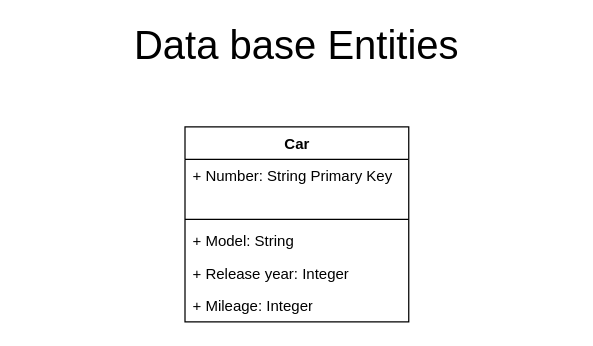
The draw.io diagram page "DB" (1 of 3) of diagramms/Architecture.drawio in nuzhnov1/TestTask, before the edit. Source tidied: cells renumbered, new cells numbered last; positions are measured from the earlier drawing's top-left corner, leaving out a move shared by most shapes. Both pictures are drawn from the tidied source at 125%, with x=0, y=0 at pixel (21, 26).
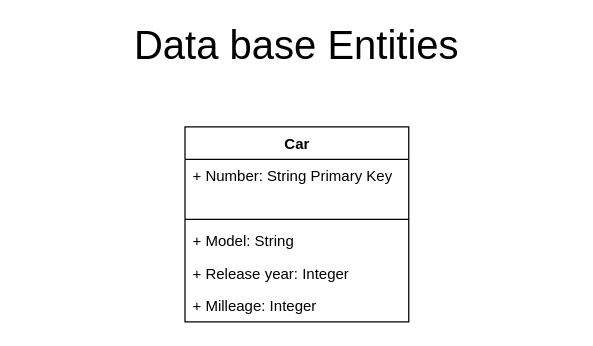
After the change.

Change to the diagram source:
```diff
@@
 <mxGraphModel>
   <root>
     <mxCell id="0" />
     <mxCell id="1" parent="0" />
     <mxCell id="2" value="Car" style="swimlane;fontStyle=1;align=center;verticalAlign=top;horizontal=1;startSize=26;whiteSpace=wrap;html=1;" parent="1" vertex="1">
       <mxGeometry x="130.5" y="80" width="179" height="156" as="geometry" />
     </mxCell>
     <mxCell id="3" value="+ Number: String Primary Key" style="text;strokeColor=none;fillColor=none;align=left;verticalAlign=top;spacingLeft=4;spacingRight=4;overflow=hidden;whiteSpace=wrap;html=1;" parent="2" vertex="1">
       <mxGeometry y="26" width="179" height="44" as="geometry" />
     </mxCell>
     <mxCell id="4" style="line;strokeWidth=1;fillColor=none;align=left;verticalAlign=middle;spacingTop=-1;spacingLeft=3;spacingRight=3;labelPosition=right;strokeColor=inherit;" parent="2" vertex="1">
       <mxGeometry y="70" width="179" height="8" as="geometry" />
     </mxCell>
     <mxCell id="5" value="+ Model: String" style="text;strokeColor=none;fillColor=none;align=left;verticalAlign=top;spacingLeft=4;spacingRight=4;overflow=hidden;whiteSpace=wrap;html=1;" parent="2" vertex="1">
       <mxGeometry y="78" width="179" height="26" as="geometry" />
     </mxCell>
     <mxCell id="6" value="+ Release year: Integer" style="text;strokeColor=none;fillColor=none;align=left;verticalAlign=top;spacingLeft=4;spacingRight=4;overflow=hidden;whiteSpace=wrap;html=1;" parent="2" vertex="1">
       <mxGeometry y="104" width="179" height="26" as="geometry" />
     </mxCell>
-    <mxCell id="7" value="+ Mileage: Integer" style="text;strokeColor=none;fillColor=none;align=left;verticalAlign=top;spacingLeft=4;spacingRight=4;overflow=hidden;whiteSpace=wrap;html=1;" parent="2" vertex="1">
+    <mxCell id="7" value="+ Milleage: Integer" style="text;strokeColor=none;fillColor=none;align=left;verticalAlign=top;spacingLeft=4;spacingRight=4;overflow=hidden;whiteSpace=wrap;html=1;" parent="2" vertex="1">
       <mxGeometry y="130" width="179" height="26" as="geometry" />
     </mxCell>
     <mxCell id="8" value="Data base Entities" style="text;html=1;strokeColor=none;fillColor=none;align=center;verticalAlign=middle;whiteSpace=wrap;rounded=0;fontSize=32;" parent="1" vertex="1">
       <mxGeometry width="440" height="30" as="geometry" />
     </mxCell>
   </root>
 </mxGraphModel>
```
